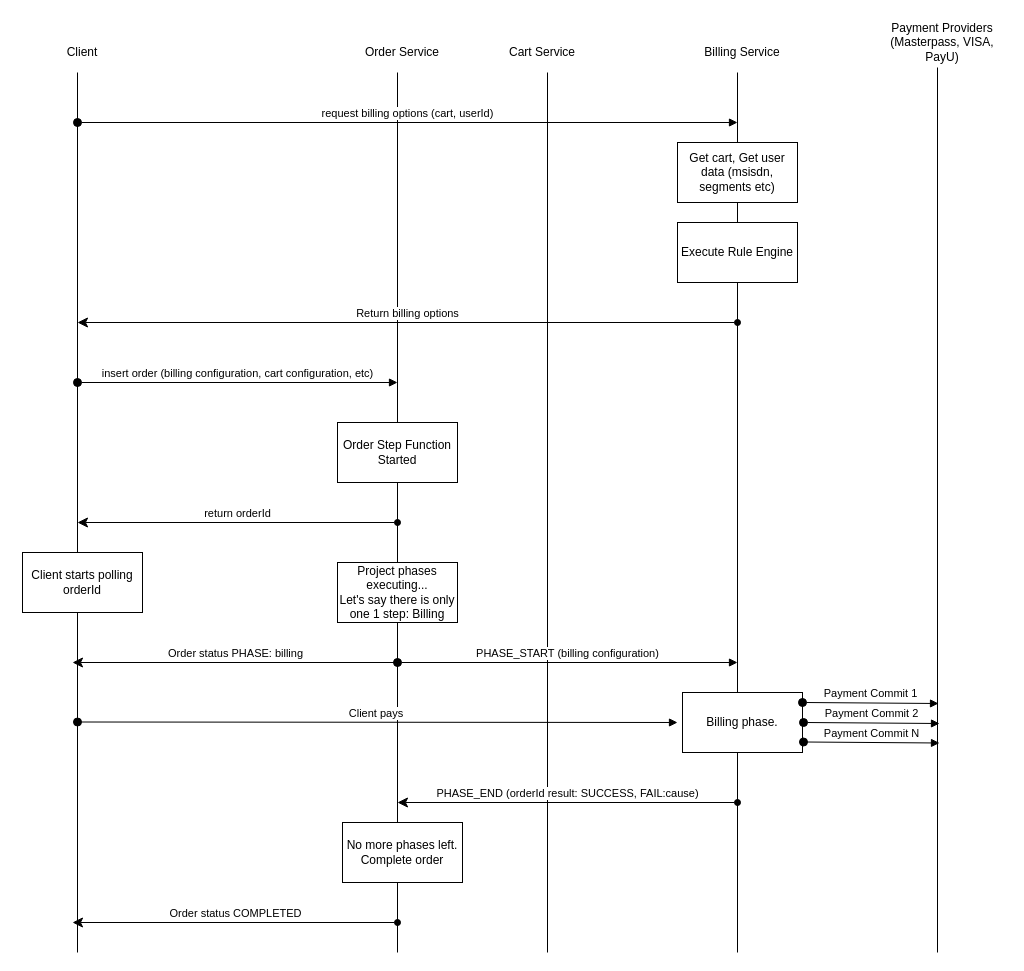
Earlier version of the draw.io diagram docs/billing-flow.drawio (rettersoft/rbs-docs). Source tidied: cells renumbered, new cells numbered last; positions are measured from the earlier drawing's top-left corner, leaving out a move shared by most shapes. Both pictures are drawn from the tidied source at 100%, with x=0, y=0 at pixel (17, 17).
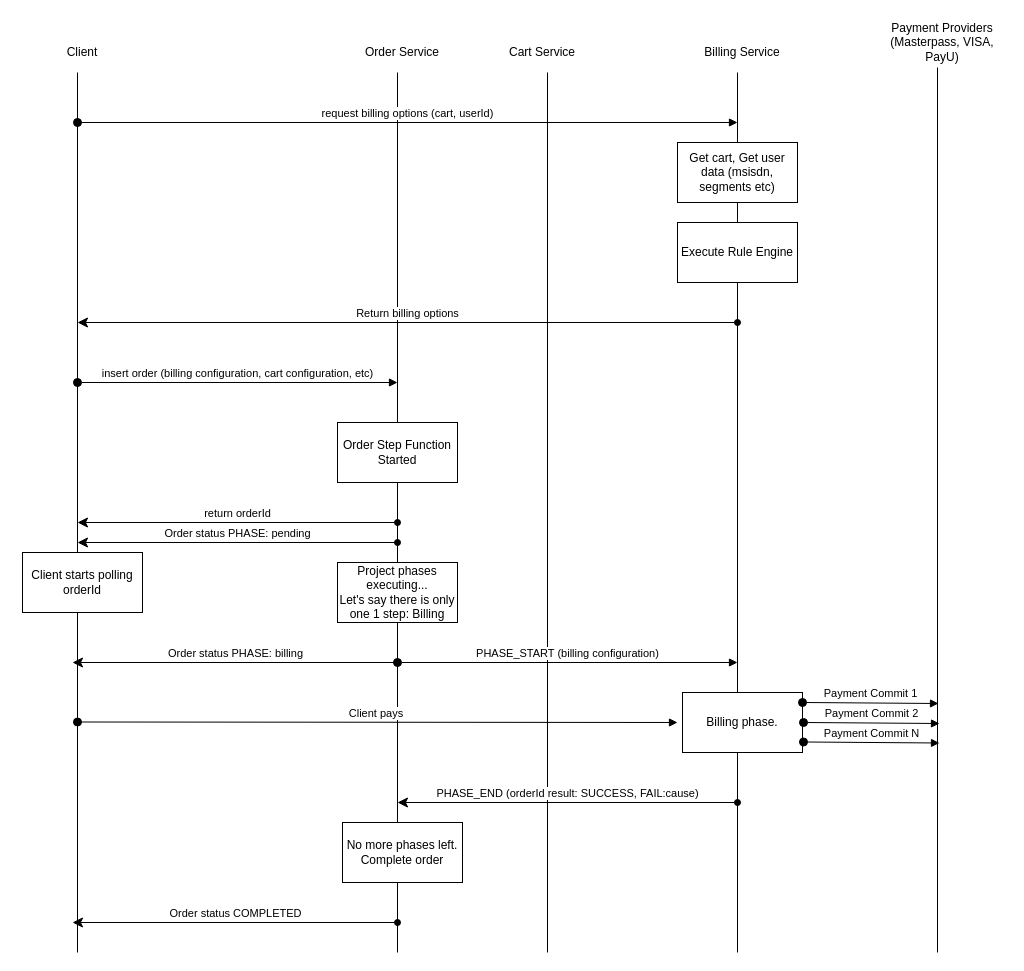
The same page after the edit.

Diff of the diagram source:
```diff
@@
+    <mxCell id="31" value="Order status PHASE: pending" style="html=1;verticalAlign=bottom;startArrow=classic;startFill=1;endArrow=oval;startSize=8;endFill=1;" parent="1" edge="1">
+      <mxGeometry relative="1" as="geometry">
+        <mxPoint x="60" y="525" as="sourcePoint" />
+        <mxPoint x="380" y="525" as="targetPoint" />
+      </mxGeometry>
+    </mxCell>
```
